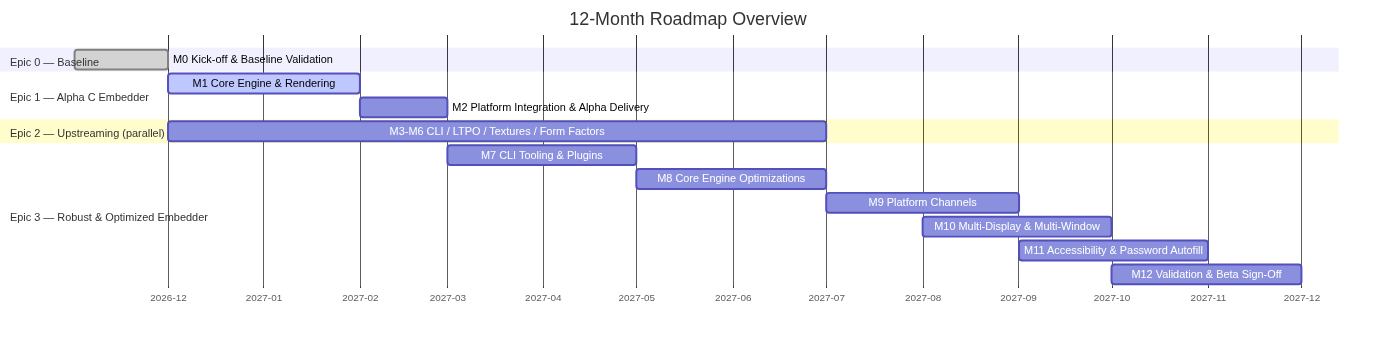
This is conferences/oniro-prague-2026/images/roadmap-overview.png from davidinux/pub, a Mermaid export, as it was before one commit. Its source is kept beside it as conferences/oniro-prague-2026/diagrams/roadmap-overview.mmd.
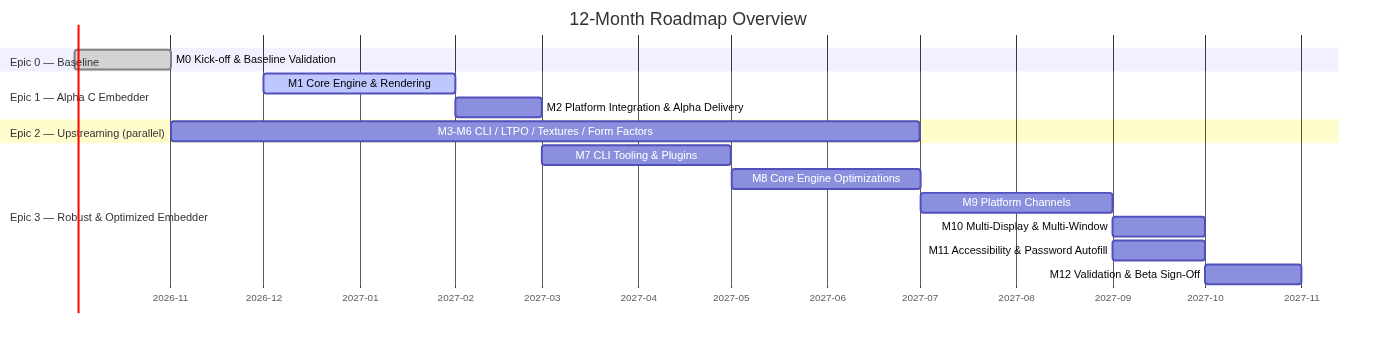
The same file after the commit.

Commit message:
Move Oniro 2026 kick-off to Oct 1; adjust roadmap and milestone gantt

What changed in the source:
```diff
@@ -3,16 +3,16 @@
     dateFormat  YYYY-MM
     axisFormat  %Y-%m
     section Epic 0 — Baseline
-    M0 Kick-off & Baseline Validation :done, m0, 2026-11-01, 1M
+    M0 Kick-off & Baseline Validation :done, m0, 2026-10-01, 1M
     section Epic 1 — Alpha C Embedder
     M1 Core Engine & Rendering :active, m1, 2026-12-01, 2M
     M2 Platform Integration & Alpha Delivery :m2, 2027-02-01, 1M
     section Epic 2 — Upstreaming (parallel)
-    M3-M6 CLI / LTPO / Textures / Form Factors :m3, 2026-12-01, 7M
+    M3-M6 CLI / LTPO / Textures / Form Factors :m3, 2026-11-01, 8M
     section Epic 3 — Robust & Optimized Embedder
     M7 CLI Tooling & Plugins :m7, 2027-03-01, 2M
     M8 Core Engine Optimizations :m8, 2027-05-01, 2M
     M9 Platform Channels :m9, 2027-07-01, 2M
-    M10 Multi-Display & Multi-Window :m10, 2027-08-01, 2M
-    M11 Accessibility & Password Autofill :m11, 2027-09-01, 2M
-    M12 Validation & Beta Sign-Off :m12, 2027-10-01, 2M
+    M10 Multi-Display & Multi-Window :m10, 2027-09-01, 1M
+    M11 Accessibility & Password Autofill :m11, 2027-09-01, 1M
+    M12 Validation & Beta Sign-Off :m12, 2027-10-01, 1M
```
